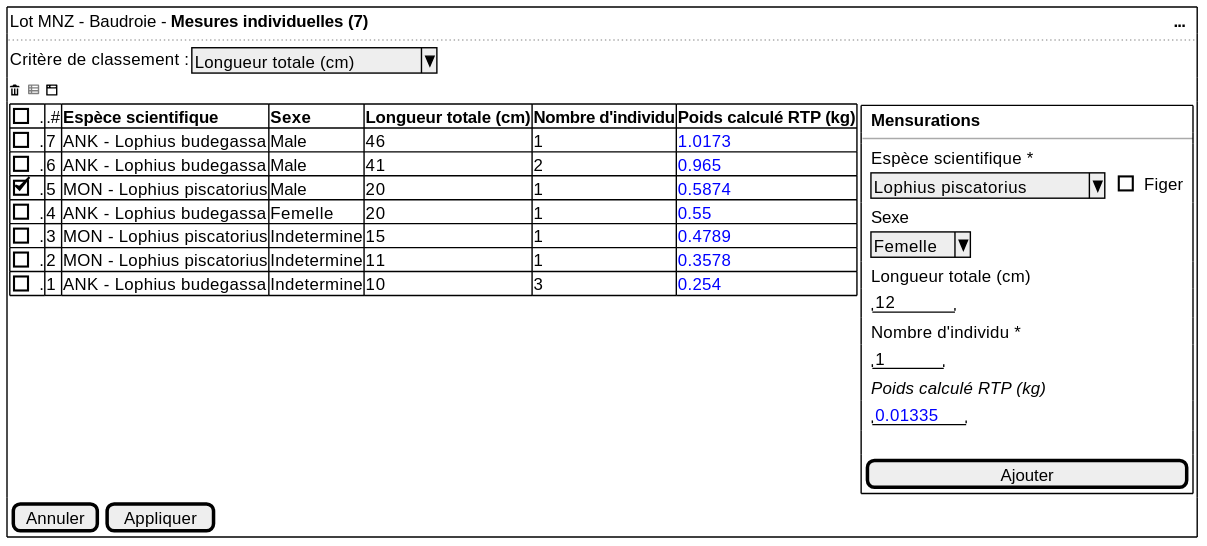
The PlantUML diagram projects/common/spe/images/individual-measures.svg in sumaris-net/sumaris-doc, before a commit. Its source is kept beside it as projects/common/spe/images/individual-measures.puml. The source it was exported from:
```plantuml
@startsalt
 {+
  { Lot MNZ - Baudroie - <b>Mesures individuelles (7) | . | . |. |. |. |. |. |. |. |. |. |. |. |. |. |. |. |. |. |. |. |. |. |. |. |. |. |. |. |. |. |. |. |. |. |. |. |. |. |. |. |. |. |. |. |. |. |. |. |. |. |. |. |. |. |. |. |. |. |. |. |. |. |. |. |. |. |. |. |. |. |. |. |. |. |. |. |. |. |. |. |. |. |. |. |. |. |. |. |. |. |. |. |. |. |. |. |. |. |. |. |. |. |. |. |. |. |. |. |. |. |. |. |. |<b> ...}
  ..

  { | Critère de classement : | ^Longueur totale (cm)^ | .  }

  <&trash> <color:grey><&spreadsheet></color> <&browser>

  {
	{#
      [].| .# | <b>Espèce scientifique | <b>Sexe | <b>Longueur totale (cm) | <b>Nombre d'individu | <b>Poids calculé RTP (kg) | .
      [].| 7 | ANK - Lophius budegassa   | Male | 46 | 1 | <color:blue>1.0173 | <&image>
      [].| 6 | ANK - Lophius budegassa   | Male | 41 | 2 |<color:blue>0.965 | .
      [X].| 5 | MON - Lophius piscatorius | Male | 20 | 1 | <color:blue>0.5874 | <&image>
      [].| 4 | ANK - Lophius budegassa   | Femelle | 20 | 1 | <color:blue>0.55 | <&image>
      [].| 3 | MON - Lophius piscatorius | Indetermine | 15 | 1 | <color:blue>0.4789 | .
      [].| 2 | MON - Lophius piscatorius | Indetermine | 11 | 1 | <color:blue>0.3578 | .
      [].| 1 | ANK - Lophius budegassa   | Indetermine | 10 | 3 | <color:blue>0.254 | <&image>
    } |

    {
      {+
        { | . |  <b>Mensurations  | . | . | . | . | . }
        --
        { | . | Espèce scientifique *  | . }
        { | . | ^Lophius piscatorius^   | .  | [ ] Figer }

        { | . | Sexe  | . }
        { | . | ^Femelle^  }

        { | . | Longueur totale (cm) | .  }
        { | . | "   12  "  }

        { | . | Nombre d'individu * | .  }
        { | . | "   1  "  | .   }

        { | . | <i>Poids calculé RTP (kg)  | . }
        { | . | "<color:blue>0.01335 " | .  }
        .
        { | . | Photo | <&image>  }
        { [                     Ajouter] }
        }
     }
    }
    {[Annuler] | [Appliquer]}
  }
@endsalt
```
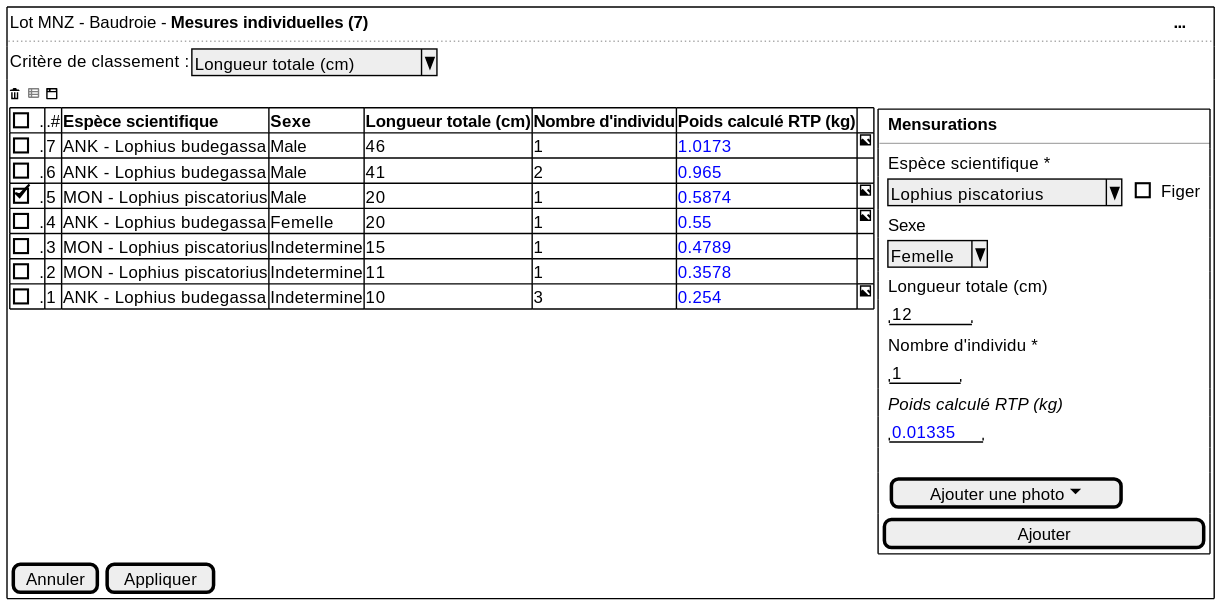
After the change.

Commit message:
[enh] Add photo specification on common Opus

Change to the diagram source:
```diff
@@ -23,8 +23,8 @@
       {+
         { | . |  <b>Mensurations  | . | . | . | . | . }
         --
-        { | . | Espèce scientifique *  | . }
-        { | . | ^Lophius piscatorius^   | .  | [ ] Figer }
+        { | . | Espèce scientifique * | . }
+        { | . | ^Lophius piscatorius^| .  | [ ] Figer }
 
         { | . | Sexe  | . }
         { | . | ^Femelle^  }
@@ -38,7 +38,7 @@
         { | . | <i>Poids calculé RTP (kg)  | . }
         { | . | "<color:blue>0.01335 " | .  }
         .
-        { | . | Photo | <&image>  }
+        { | . | [Ajouter une photo <&caret-bottom>]  }
         { [                     Ajouter] }
         }
      }
```
